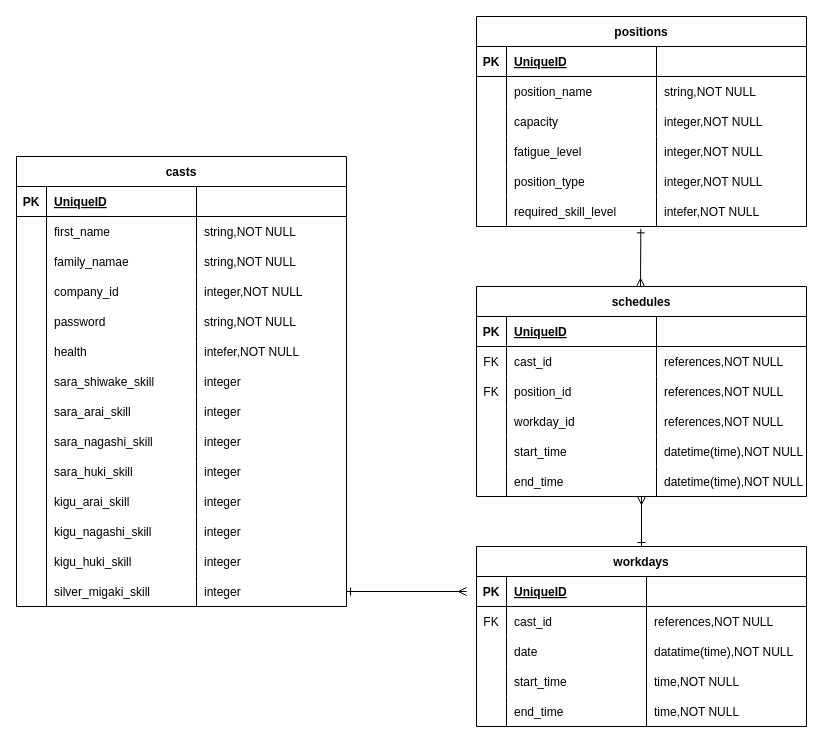
Earlier version of the draw.io diagram ER図設計.dio (Shun-ST-TechCamp/AssignAide). Source tidied: cells renumbered, new cells numbered last; positions are measured from the earlier drawing's top-left corner, leaving out a move shared by most shapes. Both pictures are drawn from the tidied source at 100%, with x=0, y=0 at pixel (16, 16).
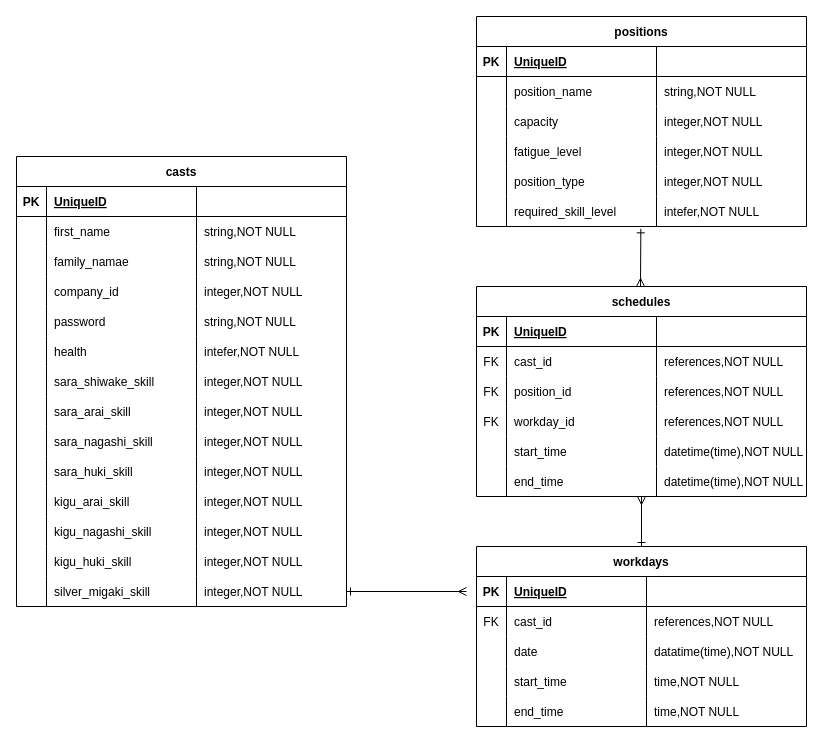
The same page after the edit.

Unchanged cells that the change refers to:
```xml
<mxCell id="27" style="shape=tableRow;horizontal=0;startSize=0;swimlaneHead=0;swimlaneBody=0;fillColor=none;top=0;left=0;right=0;bottom=0;" parent="2" vertex="1">
  <mxGeometry y="210" width="330" height="30" as="geometry" />
</mxCell>
<mxCell id="31" style="shape=tableRow;horizontal=0;startSize=0;swimlaneHead=0;swimlaneBody=0;fillColor=none;top=0;left=0;right=0;bottom=0;" parent="2" vertex="1">
  <mxGeometry y="240" width="330" height="30" as="geometry" />
</mxCell>
<mxCell id="35" style="shape=tableRow;horizontal=0;startSize=0;swimlaneHead=0;swimlaneBody=0;fillColor=none;top=0;left=0;right=0;bottom=0;" parent="2" vertex="1">
  <mxGeometry y="270" width="330" height="30" as="geometry" />
</mxCell>
<mxCell id="39" style="shape=tableRow;horizontal=0;startSize=0;swimlaneHead=0;swimlaneBody=0;fillColor=none;top=0;left=0;right=0;bottom=0;" parent="2" vertex="1">
  <mxGeometry y="300" width="330" height="30" as="geometry" />
</mxCell>
<mxCell id="43" style="shape=tableRow;horizontal=0;startSize=0;swimlaneHead=0;swimlaneBody=0;fillColor=none;top=0;left=0;right=0;bottom=0;" parent="2" vertex="1">
  <mxGeometry y="330" width="330" height="30" as="geometry" />
</mxCell>
<mxCell id="47" style="shape=tableRow;horizontal=0;startSize=0;swimlaneHead=0;swimlaneBody=0;fillColor=none;top=0;left=0;right=0;bottom=0;" parent="2" vertex="1">
  <mxGeometry y="360" width="330" height="30" as="geometry" />
</mxCell>
<mxCell id="51" style="shape=tableRow;horizontal=0;startSize=0;swimlaneHead=0;swimlaneBody=0;fillColor=none;top=0;left=0;right=0;bottom=0;" parent="2" vertex="1">
  <mxGeometry y="390" width="330" height="30" as="geometry" />
</mxCell>
<mxCell id="55" style="shape=tableRow;horizontal=0;startSize=0;swimlaneHead=0;swimlaneBody=0;fillColor=none;points=[[0,0.5],[1,0.5]];portConstraint=eastwest;top=0;left=0;right=0;bottom=0;" parent="2" vertex="1">
  <mxGeometry y="420" width="330" height="30" as="geometry" />
</mxCell>
<mxCell id="97" style="shape=tableRow;horizontal=0;startSize=0;swimlaneHead=0;swimlaneBody=0;fillColor=none;top=0;left=0;right=0;bottom=0;" parent="84" vertex="1">
  <mxGeometry y="120" width="330" height="30" as="geometry" />
</mxCell>
```

What changed in the source:
```diff
@@
-    <mxCell id="30" value="integer" style="shape=partialRectangle;fillColor=none;top=0;left=0;bottom=0;right=0;align=left;spacingLeft=6;overflow=hidden;" parent="27" vertex="1">
+    <mxCell id="30" value="integer,NOT NULL" style="shape=partialRectangle;fillColor=none;top=0;left=0;bottom=0;right=0;align=left;spacingLeft=6;overflow=hidden;" parent="27" vertex="1">
       <mxGeometry x="180" width="150" height="30" as="geometry" />
     </mxCell>
@@
-    <mxCell id="34" value="integer" style="shape=partialRectangle;fillColor=none;top=0;left=0;bottom=0;right=0;align=left;spacingLeft=6;overflow=hidden;" parent="31" vertex="1">
+    <mxCell id="34" value="integer,NOT NULL" style="shape=partialRectangle;fillColor=none;top=0;left=0;bottom=0;right=0;align=left;spacingLeft=6;overflow=hidden;" parent="31" vertex="1">
       <mxGeometry x="180" width="150" height="30" as="geometry" />
     </mxCell>
@@
-    <mxCell id="38" value="integer" style="shape=partialRectangle;fillColor=none;top=0;left=0;bottom=0;right=0;align=left;spacingLeft=6;overflow=hidden;" parent="35" vertex="1">
+    <mxCell id="38" value="integer,NOT NULL" style="shape=partialRectangle;fillColor=none;top=0;left=0;bottom=0;right=0;align=left;spacingLeft=6;overflow=hidden;" parent="35" vertex="1">
       <mxGeometry x="180" width="150" height="30" as="geometry" />
     </mxCell>
@@
-    <mxCell id="42" value="integer" style="shape=partialRectangle;fillColor=none;top=0;left=0;bottom=0;right=0;align=left;spacingLeft=6;overflow=hidden;" parent="39" vertex="1">
+    <mxCell id="42" value="integer,NOT NULL" style="shape=partialRectangle;fillColor=none;top=0;left=0;bottom=0;right=0;align=left;spacingLeft=6;overflow=hidden;" parent="39" vertex="1">
       <mxGeometry x="180" width="150" height="30" as="geometry" />
     </mxCell>
@@
-    <mxCell id="46" value="integer" style="shape=partialRectangle;fillColor=none;top=0;left=0;bottom=0;right=0;align=left;spacingLeft=6;overflow=hidden;" parent="43" vertex="1">
+    <mxCell id="46" value="integer,NOT NULL" style="shape=partialRectangle;fillColor=none;top=0;left=0;bottom=0;right=0;align=left;spacingLeft=6;overflow=hidden;" parent="43" vertex="1">
       <mxGeometry x="180" width="150" height="30" as="geometry" />
     </mxCell>
@@
-    <mxCell id="50" value="integer" style="shape=partialRectangle;fillColor=none;top=0;left=0;bottom=0;right=0;align=left;spacingLeft=6;overflow=hidden;" parent="47" vertex="1">
+    <mxCell id="50" value="integer,NOT NULL" style="shape=partialRectangle;fillColor=none;top=0;left=0;bottom=0;right=0;align=left;spacingLeft=6;overflow=hidden;" parent="47" vertex="1">
       <mxGeometry x="180" width="150" height="30" as="geometry" />
     </mxCell>
@@
-    <mxCell id="54" value="integer" style="shape=partialRectangle;fillColor=none;top=0;left=0;bottom=0;right=0;align=left;spacingLeft=6;overflow=hidden;" parent="51" vertex="1">
+    <mxCell id="54" value="integer,NOT NULL" style="shape=partialRectangle;fillColor=none;top=0;left=0;bottom=0;right=0;align=left;spacingLeft=6;overflow=hidden;" parent="51" vertex="1">
       <mxGeometry x="180" width="150" height="30" as="geometry" />
     </mxCell>
@@
-    <mxCell id="58" value="integer" style="shape=partialRectangle;fillColor=none;top=0;left=0;bottom=0;right=0;align=left;spacingLeft=6;overflow=hidden;" parent="55" vertex="1">
+    <mxCell id="58" value="integer,NOT NULL" style="shape=partialRectangle;fillColor=none;top=0;left=0;bottom=0;right=0;align=left;spacingLeft=6;overflow=hidden;" parent="55" vertex="1">
       <mxGeometry x="180" width="150" height="30" as="geometry" />
     </mxCell>
@@
-    <mxCell id="98" style="shape=partialRectangle;fillColor=none;top=0;left=0;bottom=0;right=0;overflow=hidden;" parent="97" vertex="1">
+    <mxCell id="98" value="FK" style="shape=partialRectangle;fillColor=none;top=0;left=0;bottom=0;right=0;overflow=hidden;" parent="97" vertex="1">
       <mxGeometry width="30" height="30" as="geometry" />
     </mxCell>
```
